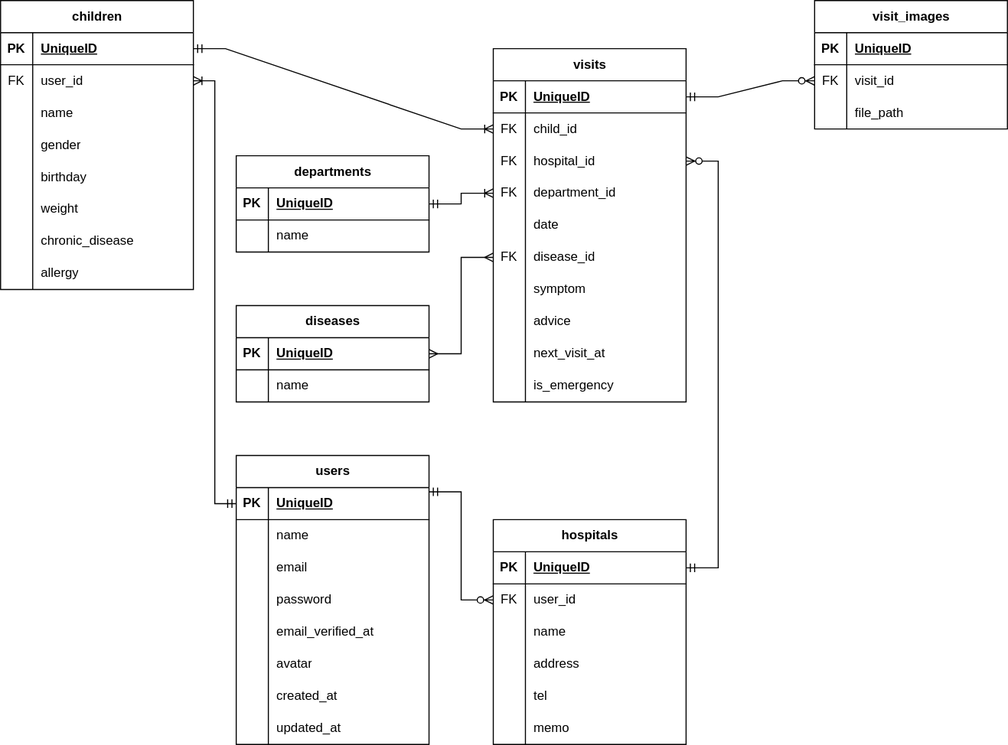
Before: docs/ふぁみカルER.svg, a diagram exported from draw.io (soranotane-code/famicul). Source tidied: cells renumbered, new cells last; positions are measured from the earlier drawing's top-left corner, leaving out a move shared by most shapes.
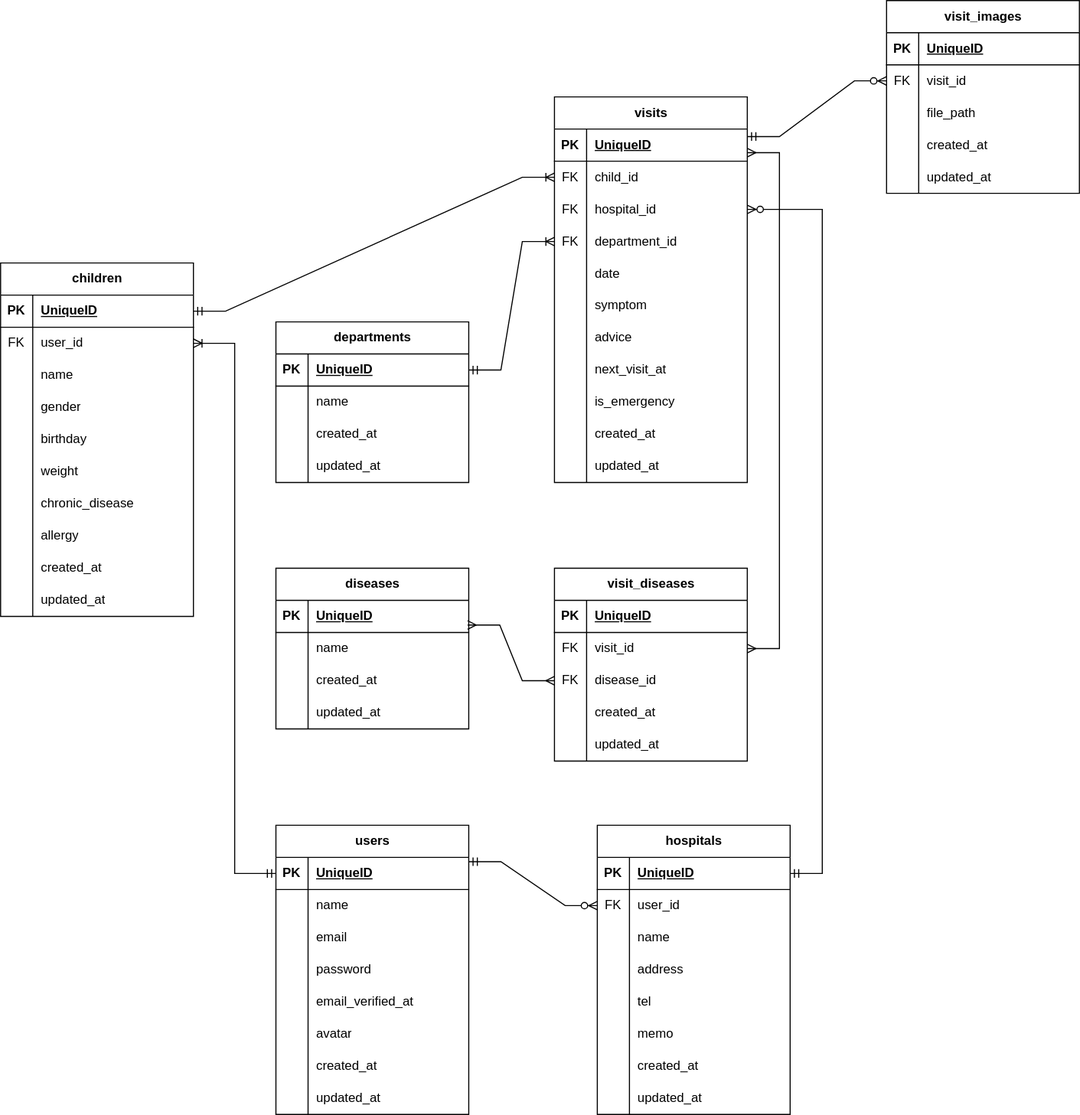
Later version of the same file.

Commit message:
docs: visit_diseasesテーブル(中間テーブル)作成に伴うER図の修正

Change to the diagram source:
```diff
@@ -5,3 +5,3 @@
     <mxCell id="2" value="users" style="shape=table;startSize=30;rowLines=0;fontStyle=1;align=center;html=1;" parent="1" vertex="1">
-      <mxGeometry x="220" y="425" width="180" height="270" as="geometry" />
+      <mxGeometry x="200" y="525" width="180" height="270" as="geometry" />
     </mxCell>
@@ -80,3 +80,3 @@
     <mxCell id="27" value="visits" style="shape=table;startSize=30;rowLines=0;fontStyle=1;align=center;html=1;" parent="1" vertex="1">
-      <mxGeometry x="460" y="45" width="180" height="330" as="geometry" />
+      <mxGeometry x="460" y="-155" width="180" height="360" as="geometry" />
     </mxCell>
@@ -127,13 +127,4 @@
     </mxCell>
-    <mxCell id="43" style="shape=tableRow;horizontal=0;startSize=0;swimlaneHead=0;swimlaneBody=0;fillColor=none;points=[[0,0.5],[1,0.5]];portConstraint=eastwest;top=0;left=0;right=0;bottom=0;" parent="27" vertex="1">
-      <mxGeometry y="180" width="180" height="30" as="geometry" />
-    </mxCell>
-    <mxCell id="44" value="FK" style="shape=partialRectangle;fillColor=none;top=0;left=0;bottom=0;right=0;overflow=hidden;whiteSpace=wrap;html=1;" parent="43" vertex="1">
-      <mxGeometry width="30" height="30" as="geometry" />
-    </mxCell>
-    <mxCell id="45" value="disease_id" style="shape=partialRectangle;fillColor=none;top=0;left=0;bottom=0;right=0;align=left;spacingLeft=6;overflow=hidden;whiteSpace=wrap;html=1;" parent="43" vertex="1">
-      <mxGeometry x="30" width="150" height="30" as="geometry" />
-    </mxCell>
     <mxCell id="46" style="shape=tableRow;horizontal=0;startSize=0;swimlaneHead=0;swimlaneBody=0;fillColor=none;top=0;left=0;right=0;bottom=0;" parent="27" vertex="1">
-      <mxGeometry y="210" width="180" height="30" as="geometry" />
+      <mxGeometry y="180" width="180" height="30" as="geometry" />
     </mxCell>
@@ -146,3 +137,3 @@
     <mxCell id="49" style="shape=tableRow;horizontal=0;startSize=0;swimlaneHead=0;swimlaneBody=0;fillColor=none;top=0;left=0;right=0;bottom=0;" parent="27" vertex="1">
-      <mxGeometry y="240" width="180" height="30" as="geometry" />
+      <mxGeometry y="210" width="180" height="30" as="geometry" />
     </mxCell>
@@ -155,3 +146,3 @@
     <mxCell id="52" style="shape=tableRow;horizontal=0;startSize=0;swimlaneHead=0;swimlaneBody=0;fillColor=none;top=0;left=0;right=0;bottom=0;" parent="27" vertex="1">
-      <mxGeometry y="270" width="180" height="30" as="geometry" />
+      <mxGeometry y="240" width="180" height="30" as="geometry" />
     </mxCell>
@@ -164,3 +155,3 @@
     <mxCell id="55" style="shape=tableRow;horizontal=0;startSize=0;swimlaneHead=0;swimlaneBody=0;fillColor=none;top=0;left=0;right=0;bottom=0;" parent="27" vertex="1">
-      <mxGeometry y="300" width="180" height="30" as="geometry" />
+      <mxGeometry y="270" width="180" height="30" as="geometry" />
     </mxCell>
@@ -172,4 +163,22 @@
     </mxCell>
+    <mxCell id="133" style="shape=tableRow;horizontal=0;startSize=0;swimlaneHead=0;swimlaneBody=0;fillColor=none;top=0;left=0;right=0;bottom=0;" parent="27" vertex="1">
+      <mxGeometry y="300" width="180" height="30" as="geometry" />
+    </mxCell>
+    <mxCell id="134" style="shape=partialRectangle;fillColor=none;top=0;left=0;bottom=0;right=0;overflow=hidden;whiteSpace=wrap;html=1;" parent="133" vertex="1">
+      <mxGeometry width="30" height="30" as="geometry" />
+    </mxCell>
+    <mxCell id="135" value="created_at" style="shape=partialRectangle;fillColor=none;top=0;left=0;bottom=0;right=0;align=left;spacingLeft=6;overflow=hidden;whiteSpace=wrap;html=1;" parent="133" vertex="1">
+      <mxGeometry x="30" width="150" height="30" as="geometry" />
+    </mxCell>
+    <mxCell id="136" style="shape=tableRow;horizontal=0;startSize=0;swimlaneHead=0;swimlaneBody=0;fillColor=none;top=0;left=0;right=0;bottom=0;" parent="27" vertex="1">
+      <mxGeometry y="330" width="180" height="30" as="geometry" />
+    </mxCell>
+    <mxCell id="137" style="shape=partialRectangle;fillColor=none;top=0;left=0;bottom=0;right=0;overflow=hidden;whiteSpace=wrap;html=1;" parent="136" vertex="1">
+      <mxGeometry width="30" height="30" as="geometry" />
+    </mxCell>
+    <mxCell id="138" value="updated_at" style="shape=partialRectangle;fillColor=none;top=0;left=0;bottom=0;right=0;align=left;spacingLeft=6;overflow=hidden;whiteSpace=wrap;html=1;" parent="136" vertex="1">
+      <mxGeometry x="30" width="150" height="30" as="geometry" />
+    </mxCell>
     <mxCell id="58" value="diseases" style="shape=table;startSize=30;rowLines=0;fontStyle=1;align=center;html=1;" parent="1" vertex="1">
-      <mxGeometry x="220" y="285" width="180" height="90" as="geometry" />
+      <mxGeometry x="200" y="285" width="180" height="150" as="geometry" />
     </mxCell>
@@ -193,4 +202,22 @@
     </mxCell>
+    <mxCell id="139" style="shape=tableRow;horizontal=0;startSize=0;swimlaneHead=0;swimlaneBody=0;fillColor=none;top=0;left=0;right=0;bottom=0;" parent="58" vertex="1">
+      <mxGeometry y="90" width="180" height="30" as="geometry" />
+    </mxCell>
+    <mxCell id="140" style="shape=partialRectangle;fillColor=none;top=0;left=0;bottom=0;right=0;overflow=hidden;whiteSpace=wrap;html=1;" parent="139" vertex="1">
+      <mxGeometry width="30" height="30" as="geometry" />
+    </mxCell>
+    <mxCell id="141" value="created_at" style="shape=partialRectangle;fillColor=none;top=0;left=0;bottom=0;right=0;align=left;spacingLeft=6;overflow=hidden;whiteSpace=wrap;html=1;" parent="139" vertex="1">
+      <mxGeometry x="30" width="150" height="30" as="geometry" />
+    </mxCell>
+    <mxCell id="142" style="shape=tableRow;horizontal=0;startSize=0;swimlaneHead=0;swimlaneBody=0;fillColor=none;top=0;left=0;right=0;bottom=0;" parent="58" vertex="1">
+      <mxGeometry y="120" width="180" height="30" as="geometry" />
+    </mxCell>
+    <mxCell id="143" style="shape=partialRectangle;fillColor=none;top=0;left=0;bottom=0;right=0;overflow=hidden;whiteSpace=wrap;html=1;" parent="142" vertex="1">
+      <mxGeometry width="30" height="30" as="geometry" />
+    </mxCell>
+    <mxCell id="144" value="updated_at" style="shape=partialRectangle;fillColor=none;top=0;left=0;bottom=0;right=0;align=left;spacingLeft=6;overflow=hidden;whiteSpace=wrap;html=1;" parent="142" vertex="1">
+      <mxGeometry x="30" width="150" height="30" as="geometry" />
+    </mxCell>
     <mxCell id="65" value="departments" style="shape=table;startSize=30;rowLines=0;fontStyle=1;align=center;html=1;" parent="1" vertex="1">
-      <mxGeometry x="220" y="145" width="180" height="90" as="geometry" />
+      <mxGeometry x="200" y="55" width="180" height="150" as="geometry" />
     </mxCell>
@@ -214,4 +241,22 @@
     </mxCell>
+    <mxCell id="145" style="shape=tableRow;horizontal=0;startSize=0;swimlaneHead=0;swimlaneBody=0;fillColor=none;top=0;left=0;right=0;bottom=0;" parent="65" vertex="1">
+      <mxGeometry y="90" width="180" height="30" as="geometry" />
+    </mxCell>
+    <mxCell id="146" style="shape=partialRectangle;fillColor=none;top=0;left=0;bottom=0;right=0;overflow=hidden;whiteSpace=wrap;html=1;" parent="145" vertex="1">
+      <mxGeometry width="30" height="30" as="geometry" />
+    </mxCell>
+    <mxCell id="147" value="created_at" style="shape=partialRectangle;fillColor=none;top=0;left=0;bottom=0;right=0;align=left;spacingLeft=6;overflow=hidden;whiteSpace=wrap;html=1;" parent="145" vertex="1">
+      <mxGeometry x="30" width="150" height="30" as="geometry" />
+    </mxCell>
+    <mxCell id="148" style="shape=tableRow;horizontal=0;startSize=0;swimlaneHead=0;swimlaneBody=0;fillColor=none;top=0;left=0;right=0;bottom=0;" parent="65" vertex="1">
+      <mxGeometry y="120" width="180" height="30" as="geometry" />
+    </mxCell>
+    <mxCell id="149" style="shape=partialRectangle;fillColor=none;top=0;left=0;bottom=0;right=0;overflow=hidden;whiteSpace=wrap;html=1;" parent="148" vertex="1">
+      <mxGeometry width="30" height="30" as="geometry" />
+    </mxCell>
+    <mxCell id="150" value="updated_at" style="shape=partialRectangle;fillColor=none;top=0;left=0;bottom=0;right=0;align=left;spacingLeft=6;overflow=hidden;whiteSpace=wrap;html=1;" parent="148" vertex="1">
+      <mxGeometry x="30" width="150" height="30" as="geometry" />
+    </mxCell>
     <mxCell id="72" value="visit_images" style="shape=table;startSize=30;rowLines=0;fontStyle=1;align=center;html=1;" parent="1" vertex="1">
-      <mxGeometry x="760" width="180" height="120" as="geometry" />
+      <mxGeometry x="770" y="-245" width="180" height="180" as="geometry" />
     </mxCell>
@@ -244,4 +289,22 @@
     </mxCell>
+    <mxCell id="151" style="shape=tableRow;horizontal=0;startSize=0;swimlaneHead=0;swimlaneBody=0;fillColor=none;top=0;left=0;right=0;bottom=0;" parent="72" vertex="1">
+      <mxGeometry y="120" width="180" height="30" as="geometry" />
+    </mxCell>
+    <mxCell id="152" style="shape=partialRectangle;fillColor=none;top=0;left=0;bottom=0;right=0;overflow=hidden;whiteSpace=wrap;html=1;" parent="151" vertex="1">
+      <mxGeometry width="30" height="30" as="geometry" />
+    </mxCell>
+    <mxCell id="153" value="created_at" style="shape=partialRectangle;fillColor=none;top=0;left=0;bottom=0;right=0;align=left;spacingLeft=6;overflow=hidden;whiteSpace=wrap;html=1;" parent="151" vertex="1">
+      <mxGeometry x="30" width="150" height="30" as="geometry" />
+    </mxCell>
+    <mxCell id="154" style="shape=tableRow;horizontal=0;startSize=0;swimlaneHead=0;swimlaneBody=0;fillColor=none;top=0;left=0;right=0;bottom=0;" parent="72" vertex="1">
+      <mxGeometry y="150" width="180" height="30" as="geometry" />
+    </mxCell>
+    <mxCell id="155" style="shape=partialRectangle;fillColor=none;top=0;left=0;bottom=0;right=0;overflow=hidden;whiteSpace=wrap;html=1;" parent="154" vertex="1">
+      <mxGeometry width="30" height="30" as="geometry" />
+    </mxCell>
+    <mxCell id="156" value="updated_at" style="shape=partialRectangle;fillColor=none;top=0;left=0;bottom=0;right=0;align=left;spacingLeft=6;overflow=hidden;whiteSpace=wrap;html=1;" parent="154" vertex="1">
+      <mxGeometry x="30" width="150" height="30" as="geometry" />
+    </mxCell>
     <mxCell id="82" value="children" style="shape=table;startSize=30;rowLines=0;fontStyle=1;align=center;html=1;" parent="1" vertex="1">
-      <mxGeometry width="180" height="270" as="geometry" />
+      <mxGeometry x="-57" width="180" height="330" as="geometry" />
     </mxCell>
@@ -319,2 +382,20 @@
     </mxCell>
+    <mxCell id="157" style="shape=tableRow;horizontal=0;startSize=0;swimlaneHead=0;swimlaneBody=0;fillColor=none;top=0;left=0;right=0;bottom=0;" parent="82" vertex="1">
+      <mxGeometry y="270" width="180" height="30" as="geometry" />
+    </mxCell>
+    <mxCell id="158" style="shape=partialRectangle;fillColor=none;top=0;left=0;bottom=0;right=0;overflow=hidden;whiteSpace=wrap;html=1;" parent="157" vertex="1">
+      <mxGeometry width="30" height="30" as="geometry" />
+    </mxCell>
+    <mxCell id="159" value="created_at" style="shape=partialRectangle;fillColor=none;top=0;left=0;bottom=0;right=0;align=left;spacingLeft=6;overflow=hidden;whiteSpace=wrap;html=1;" parent="157" vertex="1">
+      <mxGeometry x="30" width="150" height="30" as="geometry" />
+    </mxCell>
+    <mxCell id="160" style="shape=tableRow;horizontal=0;startSize=0;swimlaneHead=0;swimlaneBody=0;fillColor=none;top=0;left=0;right=0;bottom=0;" parent="82" vertex="1">
+      <mxGeometry y="300" width="180" height="30" as="geometry" />
+    </mxCell>
+    <mxCell id="161" style="shape=partialRectangle;fillColor=none;top=0;left=0;bottom=0;right=0;overflow=hidden;whiteSpace=wrap;html=1;" parent="160" vertex="1">
+      <mxGeometry width="30" height="30" as="geometry" />
+    </mxCell>
+    <mxCell id="162" value="updated_at" style="shape=partialRectangle;fillColor=none;top=0;left=0;bottom=0;right=0;align=left;spacingLeft=6;overflow=hidden;whiteSpace=wrap;html=1;" parent="160" vertex="1">
+      <mxGeometry x="30" width="150" height="30" as="geometry" />
+    </mxCell>
     <mxCell id="107" style="edgeStyle=orthogonalEdgeStyle;fontSize=12;html=1;endArrow=ERoneToMany;startArrow=ERmandOne;rounded=0;" parent="1" edge="1" source="3" target="86">
@@ -325,4 +406,6 @@
     </mxCell>
-    <mxCell id="109" style="edgeStyle=entityRelationEdgeStyle;fontSize=12;html=1;endArrow=ERzeroToMany;startArrow=ERmandOne;rounded=0;" parent="1" edge="1" source="28" target="76">
-      <mxGeometry relative="1" as="geometry" />
+    <mxCell id="109" style="edgeStyle=entityRelationEdgeStyle;fontSize=12;html=1;endArrow=ERzeroToMany;startArrow=ERmandOne;rounded=0;" parent="1" edge="1" target="76">
+      <mxGeometry relative="1" as="geometry">
+        <mxPoint x="640" y="-118" as="sourcePoint" />
+      </mxGeometry>
     </mxCell>
@@ -337,7 +420,4 @@
     </mxCell>
-    <mxCell id="113" style="edgeStyle=entityRelationEdgeStyle;fontSize=12;html=1;endArrow=ERmany;startArrow=ERmany;rounded=0;" parent="1" edge="1" source="43" target="59">
-      <mxGeometry relative="1" as="geometry" />
-    </mxCell>
     <mxCell id="114" value="hospitals" style="shape=table;startSize=30;rowLines=0;fontStyle=1;align=center;html=1;" parent="1" vertex="1">
-      <mxGeometry x="460" y="485" width="180" height="210" as="geometry" />
+      <mxGeometry x="500" y="525" width="180" height="270" as="geometry" />
     </mxCell>
@@ -397,2 +477,74 @@
     </mxCell>
+    <mxCell id="163" style="shape=tableRow;horizontal=0;startSize=0;swimlaneHead=0;swimlaneBody=0;fillColor=none;top=0;left=0;right=0;bottom=0;" parent="114" vertex="1">
+      <mxGeometry y="210" width="180" height="30" as="geometry" />
+    </mxCell>
+    <mxCell id="164" style="shape=partialRectangle;fillColor=none;top=0;left=0;bottom=0;right=0;overflow=hidden;whiteSpace=wrap;html=1;" parent="163" vertex="1">
+      <mxGeometry width="30" height="30" as="geometry" />
+    </mxCell>
+    <mxCell id="165" value="created_at" style="shape=partialRectangle;fillColor=none;top=0;left=0;bottom=0;right=0;align=left;spacingLeft=6;overflow=hidden;whiteSpace=wrap;html=1;" parent="163" vertex="1">
+      <mxGeometry x="30" width="150" height="30" as="geometry" />
+    </mxCell>
+    <mxCell id="166" style="shape=tableRow;horizontal=0;startSize=0;swimlaneHead=0;swimlaneBody=0;fillColor=none;top=0;left=0;right=0;bottom=0;" parent="114" vertex="1">
+      <mxGeometry y="240" width="180" height="30" as="geometry" />
+    </mxCell>
+    <mxCell id="167" style="shape=partialRectangle;fillColor=none;top=0;left=0;bottom=0;right=0;overflow=hidden;whiteSpace=wrap;html=1;" parent="166" vertex="1">
+      <mxGeometry width="30" height="30" as="geometry" />
+    </mxCell>
+    <mxCell id="168" value="updated_at" style="shape=partialRectangle;fillColor=none;top=0;left=0;bottom=0;right=0;align=left;spacingLeft=6;overflow=hidden;whiteSpace=wrap;html=1;" parent="166" vertex="1">
+      <mxGeometry x="30" width="150" height="30" as="geometry" />
+    </mxCell>
+    <mxCell id="169" value="visit_diseases" style="shape=table;startSize=30;rowLines=0;fontStyle=1;align=center;html=1;" parent="1" vertex="1">
+      <mxGeometry x="460" y="285" width="180" height="180" as="geometry" />
+    </mxCell>
+    <mxCell id="170" style="shape=tableRow;horizontal=0;startSize=0;swimlaneHead=0;swimlaneBody=0;fillColor=none;top=0;left=0;right=0;bottom=1;" parent="169" vertex="1">
+      <mxGeometry y="30" width="180" height="30" as="geometry" />
+    </mxCell>
+    <mxCell id="171" value="PK" style="shape=partialRectangle;fillColor=none;top=0;left=0;bottom=0;right=0;fontStyle=1;overflow=hidden;whiteSpace=wrap;html=1;" parent="170" vertex="1">
+      <mxGeometry width="30" height="30" as="geometry" />
+    </mxCell>
+    <mxCell id="172" value="UniqueID" style="shape=partialRectangle;fillColor=none;top=0;left=0;bottom=0;right=0;align=left;spacingLeft=6;fontStyle=5;overflow=hidden;whiteSpace=wrap;html=1;" parent="170" vertex="1">
+      <mxGeometry x="30" width="150" height="30" as="geometry" />
+    </mxCell>
+    <mxCell id="173" style="shape=tableRow;horizontal=0;startSize=0;swimlaneHead=0;swimlaneBody=0;fillColor=none;points=[[0,0.5],[1,0.5]];portConstraint=eastwest;top=0;left=0;right=0;bottom=0;" parent="169" vertex="1">
+      <mxGeometry y="60" width="180" height="30" as="geometry" />
+    </mxCell>
+    <mxCell id="174" value="FK" style="shape=partialRectangle;fillColor=none;top=0;left=0;bottom=0;right=0;overflow=hidden;whiteSpace=wrap;html=1;" parent="173" vertex="1">
+      <mxGeometry width="30" height="30" as="geometry" />
+    </mxCell>
+    <mxCell id="175" value="visit_id" style="shape=partialRectangle;fillColor=none;top=0;left=0;bottom=0;right=0;align=left;spacingLeft=6;overflow=hidden;whiteSpace=wrap;html=1;" parent="173" vertex="1">
+      <mxGeometry x="30" width="150" height="30" as="geometry" />
+    </mxCell>
+    <mxCell id="176" style="shape=tableRow;horizontal=0;startSize=0;swimlaneHead=0;swimlaneBody=0;fillColor=none;points=[[0,0.5],[1,0.5]];portConstraint=eastwest;top=0;left=0;right=0;bottom=0;" parent="169" vertex="1">
+      <mxGeometry y="90" width="180" height="30" as="geometry" />
+    </mxCell>
+    <mxCell id="177" value="FK" style="shape=partialRectangle;fillColor=none;top=0;left=0;bottom=0;right=0;overflow=hidden;whiteSpace=wrap;html=1;" parent="176" vertex="1">
+      <mxGeometry width="30" height="30" as="geometry" />
+    </mxCell>
+    <mxCell id="45" value="disease_id" style="shape=partialRectangle;fillColor=none;top=0;left=0;bottom=0;right=0;align=left;spacingLeft=6;overflow=hidden;whiteSpace=wrap;html=1;" parent="176" vertex="1">
+      <mxGeometry x="30" width="150" height="30" as="geometry" />
+    </mxCell>
+    <mxCell id="178" style="shape=tableRow;horizontal=0;startSize=0;swimlaneHead=0;swimlaneBody=0;fillColor=none;top=0;left=0;right=0;bottom=0;" parent="169" vertex="1">
+      <mxGeometry y="120" width="180" height="30" as="geometry" />
+    </mxCell>
+    <mxCell id="179" style="shape=partialRectangle;fillColor=none;top=0;left=0;bottom=0;right=0;overflow=hidden;whiteSpace=wrap;html=1;" parent="178" vertex="1">
+      <mxGeometry width="30" height="30" as="geometry" />
+    </mxCell>
+    <mxCell id="180" value="created_at" style="shape=partialRectangle;fillColor=none;top=0;left=0;bottom=0;right=0;align=left;spacingLeft=6;overflow=hidden;whiteSpace=wrap;html=1;" parent="178" vertex="1">
+      <mxGeometry x="30" width="150" height="30" as="geometry" />
+    </mxCell>
+    <mxCell id="181" style="shape=tableRow;horizontal=0;startSize=0;swimlaneHead=0;swimlaneBody=0;fillColor=none;top=0;left=0;right=0;bottom=0;" parent="169" vertex="1">
+      <mxGeometry y="150" width="180" height="30" as="geometry" />
+    </mxCell>
+    <mxCell id="182" style="shape=partialRectangle;fillColor=none;top=0;left=0;bottom=0;right=0;overflow=hidden;whiteSpace=wrap;html=1;" parent="181" vertex="1">
+      <mxGeometry width="30" height="30" as="geometry" />
+    </mxCell>
+    <mxCell id="183" value="updated_at" style="shape=partialRectangle;fillColor=none;top=0;left=0;bottom=0;right=0;align=left;spacingLeft=6;overflow=hidden;whiteSpace=wrap;html=1;" parent="181" vertex="1">
+      <mxGeometry x="30" width="150" height="30" as="geometry" />
+    </mxCell>
+    <mxCell id="184" style="edgeStyle=entityRelationEdgeStyle;fontSize=12;html=1;endArrow=ERmany;startArrow=ERmany;rounded=0;entryX=1;entryY=0.733;entryDx=0;entryDy=0;entryPerimeter=0;" parent="1" edge="1" source="173" target="28">
+      <mxGeometry relative="1" as="geometry" />
+    </mxCell>
+    <mxCell id="185" style="edgeStyle=entityRelationEdgeStyle;fontSize=12;html=1;endArrow=ERmany;startArrow=ERmany;rounded=0;exitX=0.994;exitY=0.767;exitDx=0;exitDy=0;exitPerimeter=0;entryX=0;entryY=0.5;entryDx=0;entryDy=0;" parent="1" edge="1" source="59" target="176">
+      <mxGeometry relative="1" as="geometry" />
+    </mxCell>
   </root>
```
